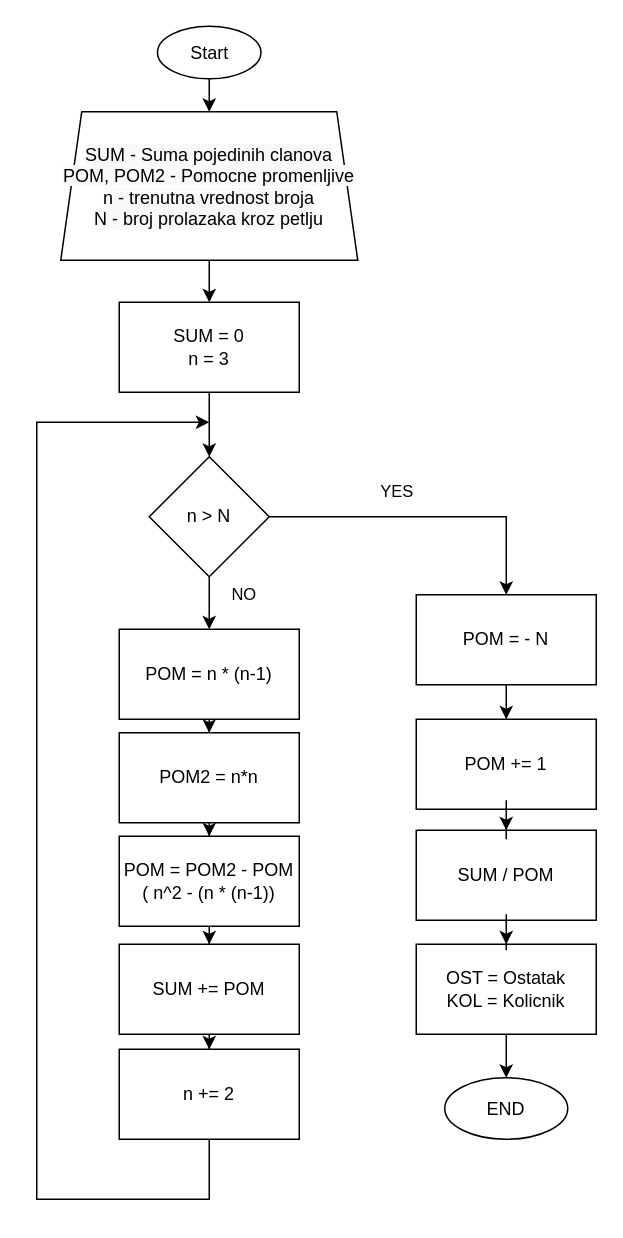
This is Faculty of Electronic Engineering/Computer Systems/Practice Problems/September 2021/[RAW] Diagram Sources/SEP2021-1.drawio from sinful-asura/sinful-asura.github.io, a draw.io file, before an edit. Source tidied: cells renumbered, new cells numbered last; positions are measured from the earlier drawing's top-left corner, leaving out a move shared by most shapes. Both pictures are drawn from the tidied source at 150%, with x=0, y=0 at pixel (36, 26).
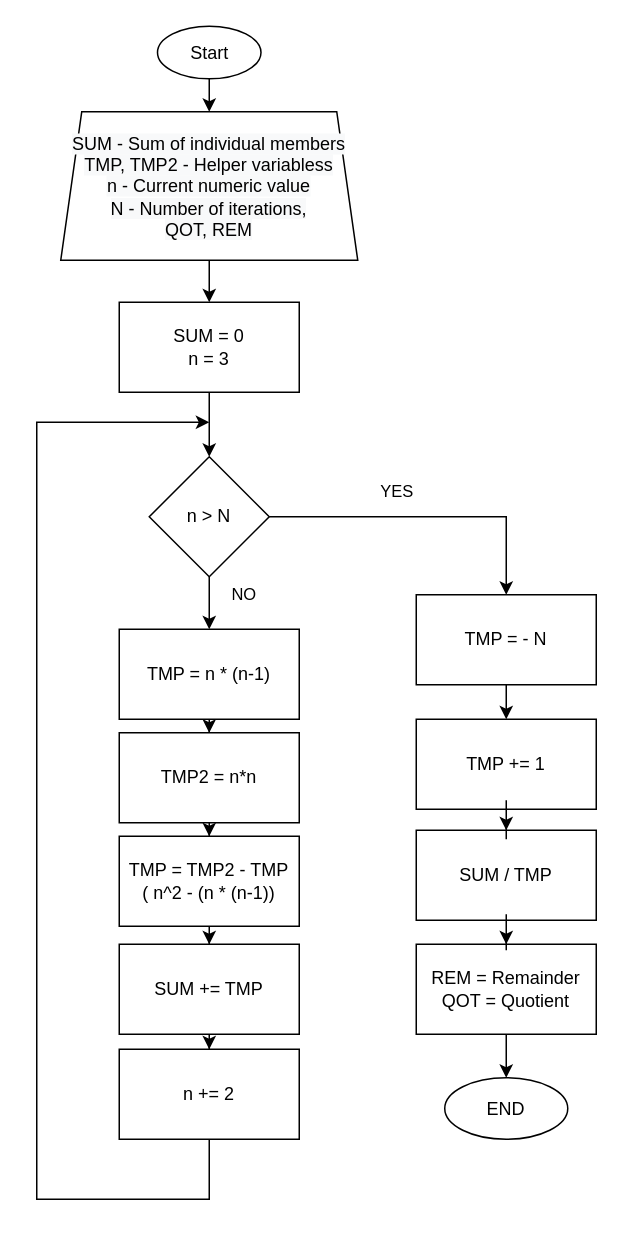
After the change.

Unchanged cells that the change refers to:
```xml
<mxCell id="20" style="group;fillColor=none;strokeColor=none;" parent="1" vertex="1">
  <mxGeometry x="253" y="379" width="120" height="363" as="geometry" />
</mxCell>
```

The edit, as a diff of the source:
```diff
@@
-    <mxCell id="5" value="&lt;span style=&quot;background-color: rgb(248 , 249 , 250)&quot;&gt;SUM - Suma pojedinih clanova&lt;br&gt;POM, POM2 - Pomocne promenljive&lt;br&gt;n - trenutna vrednost broja&lt;br&gt;N - broj prolazaka kroz petlju&lt;br&gt;&lt;/span&gt;" style="shape=trapezoid;perimeter=trapezoidPerimeter;whiteSpace=wrap;html=1;fixedSize=1;rotation=0;size=14;" parent="1" vertex="1">
+    <mxCell id="5" value="&lt;span style=&quot;background-color: rgb(248 , 249 , 250)&quot;&gt;SUM - Sum of individual members&lt;br&gt;TMP, TMP2 - Helper variabless&lt;br&gt;n - Current numeric value&lt;br&gt;N - Number of iterations,&lt;br&gt;QOT, REM&lt;br&gt;&lt;/span&gt;" style="shape=trapezoid;perimeter=trapezoidPerimeter;whiteSpace=wrap;html=1;fixedSize=1;rotation=0;size=14;" parent="1" vertex="1">
       <mxGeometry x="16" y="57" width="198" height="99" as="geometry" />
     </mxCell>
@@
-    <mxCell id="12" value="POM = n * (n-1)" style="rounded=0;whiteSpace=wrap;html=1;" parent="1" vertex="1">
+    <mxCell id="12" value="TMP = n * (n-1)" style="rounded=0;whiteSpace=wrap;html=1;" parent="1" vertex="1">
       <mxGeometry x="55" y="402" width="120" height="60" as="geometry" />
     </mxCell>
@@
-    <mxCell id="14" value="POM2 = n*n" style="rounded=0;whiteSpace=wrap;html=1;" parent="1" vertex="1">
+    <mxCell id="14" value="TMP2 = n*n" style="rounded=0;whiteSpace=wrap;html=1;" parent="1" vertex="1">
       <mxGeometry x="55" y="471" width="120" height="60" as="geometry" />
     </mxCell>
@@
-    <mxCell id="16" value="POM = POM2 - POM&lt;br&gt;( n^2 - (n * (n-1))" style="whiteSpace=wrap;html=1;rounded=0;" parent="1" vertex="1">
+    <mxCell id="16" value="TMP = TMP2 - TMP&lt;br&gt;( n^2 - (n * (n-1))" style="whiteSpace=wrap;html=1;rounded=0;" parent="1" vertex="1">
       <mxGeometry x="55" y="540" width="120" height="60" as="geometry" />
     </mxCell>
@@
-    <mxCell id="19" value="SUM += POM" style="whiteSpace=wrap;html=1;rounded=0;" parent="1" vertex="1">
+    <mxCell id="19" value="SUM += TMP" style="whiteSpace=wrap;html=1;rounded=0;" parent="1" vertex="1">
       <mxGeometry x="55" y="612" width="120" height="60" as="geometry" />
     </mxCell>
@@
-    <mxCell id="21" value="POM = - N" style="rounded=0;whiteSpace=wrap;html=1;" parent="20" vertex="1">
+    <mxCell id="21" value="TMP = - N" style="rounded=0;whiteSpace=wrap;html=1;" parent="20" vertex="1">
       <mxGeometry width="120" height="60" as="geometry" />
     </mxCell>
-    <mxCell id="22" value="POM += 1" style="rounded=0;whiteSpace=wrap;html=1;" parent="20" vertex="1">
+    <mxCell id="22" value="TMP += 1" style="rounded=0;whiteSpace=wrap;html=1;" parent="20" vertex="1">
       <mxGeometry y="83" width="120" height="60" as="geometry" />
     </mxCell>
@@
-    <mxCell id="24" value="SUM / POM" style="whiteSpace=wrap;html=1;rounded=0;" parent="20" vertex="1">
+    <mxCell id="24" value="SUM / TMP" style="whiteSpace=wrap;html=1;rounded=0;" parent="20" vertex="1">
       <mxGeometry y="157" width="120" height="60" as="geometry" />
     </mxCell>
@@
-    <mxCell id="26" value="OST = Ostatak&lt;br&gt;KOL = Kolicnik" style="whiteSpace=wrap;html=1;rounded=0;" parent="20" vertex="1">
+    <mxCell id="26" value="REM = Remainder&lt;br&gt;QOT = Quotient" style="whiteSpace=wrap;html=1;rounded=0;" parent="20" vertex="1">
       <mxGeometry y="233" width="120" height="60" as="geometry" />
     </mxCell>
```
